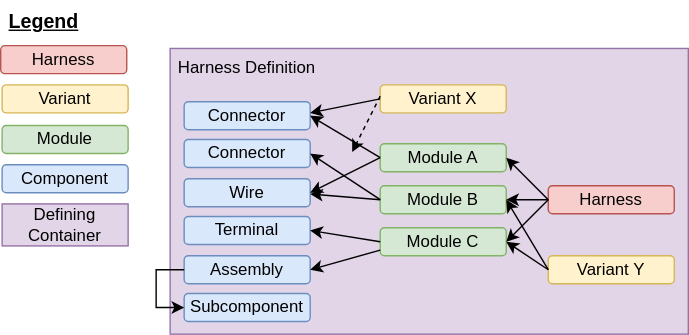
This is wiki/content/specifications/vec/guidelines/product-definition/composite-parts/harness-concept.svg from prostep-ivip-e-V/vec, a draw.io export, as it was before one commit. Source tidied: cells renumbered, new cells last; positions are measured from the earlier drawing's top-left corner, leaving out a move shared by most shapes.
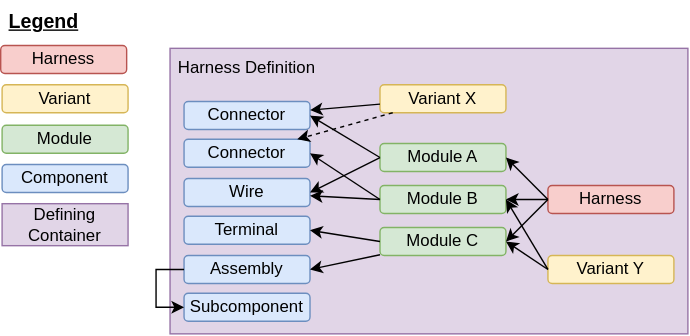
After the commit.

The edit, as a diff of the source:
```diff
@@ -50,10 +50,8 @@
     <mxCell id="17" style="endArrow=classic;html=1;rounded=0;fontSize=12;exitX=0;exitY=0.5;exitDx=0;exitDy=0;entryX=1;entryY=0.5;entryDx=0;entryDy=0;" parent="1" edge="1" source="14" target="10">
       <mxGeometry relative="1" as="geometry" />
     </mxCell>
-    <mxCell id="18" style="endArrow=classic;html=1;rounded=0;fontSize=12;exitX=0;exitY=0.5;exitDx=0;exitDy=0;" parent="1" edge="1" source="15">
-      <mxGeometry relative="1" as="geometry">
-        <mxPoint x="221" y="138" as="targetPoint" />
-      </mxGeometry>
+    <mxCell id="18" style="endArrow=classic;html=1;rounded=0;fontSize=12;exitX=0;exitY=0.5;exitDx=0;exitDy=0;" parent="1" edge="1" source="15" target="10">
+      <mxGeometry relative="1" as="geometry" />
     </mxCell>
     <mxCell id="19" style="endArrow=classic;html=1;rounded=0;fontSize=12;exitX=0;exitY=0.5;exitDx=0;exitDy=0;entryX=1;entryY=0.5;entryDx=0;entryDy=0;" parent="1" edge="1" source="14" target="8">
       <mxGeometry relative="1" as="geometry" />
@@ -64,10 +62,8 @@
     <mxCell id="21" style="endArrow=classic;html=1;rounded=0;fontSize=12;exitX=0;exitY=0.5;exitDx=0;exitDy=0;entryX=1;entryY=0.5;entryDx=0;entryDy=0;" parent="1" edge="1" source="16" target="11">
       <mxGeometry relative="1" as="geometry" />
     </mxCell>
-    <mxCell id="22" style="endArrow=classic;html=1;rounded=0;fontSize=12;entryX=1;entryY=0.5;entryDx=0;entryDy=0;" parent="1" edge="1" target="12">
-      <mxGeometry relative="1" as="geometry">
-        <mxPoint x="271" y="178" as="sourcePoint" />
-      </mxGeometry>
+    <mxCell id="22" style="endArrow=classic;html=1;rounded=0;fontSize=12;entryX=1;entryY=0.5;entryDx=0;entryDy=0;" parent="1" edge="1" source="16" target="12">
+      <mxGeometry relative="1" as="geometry" />
     </mxCell>
     <mxCell id="23" style="endArrow=classic;html=1;rounded=0;fontSize=12;entryX=0;entryY=0.5;entryDx=0;entryDy=0;edgeStyle=orthogonalEdgeStyle;exitX=0;exitY=0.5;exitDx=0;exitDy=0;" parent="1" edge="1" source="12" target="13">
       <mxGeometry relative="1" as="geometry">
@@ -95,17 +91,11 @@
     <mxCell id="29" value="Variant X" style="rounded=1;whiteSpace=wrap;html=1;fillColor=#fff2cc;strokeColor=#d6b656;" parent="1" vertex="1">
       <mxGeometry x="271" y="60" width="90" height="20" as="geometry" />
     </mxCell>
-    <mxCell id="30" style="endArrow=classic;html=1;rounded=0;" parent="1" edge="1">
-      <mxGeometry relative="1" as="geometry">
-        <mxPoint x="271" y="70" as="sourcePoint" />
-        <mxPoint x="221" y="80" as="targetPoint" />
-      </mxGeometry>
+    <mxCell id="30" style="endArrow=classic;html=1;rounded=0;" parent="1" edge="1" source="29" target="8">
+      <mxGeometry relative="1" as="geometry" />
     </mxCell>
-    <mxCell id="31" style="endArrow=classic;html=1;rounded=0;dashed=1;" parent="1" edge="1">
-      <mxGeometry relative="1" as="geometry">
-        <mxPoint x="271" y="68" as="sourcePoint" />
-        <mxPoint x="251" y="108" as="targetPoint" />
-      </mxGeometry>
+    <mxCell id="31" style="endArrow=classic;html=1;rounded=0;dashed=1;" parent="1" edge="1" source="29" target="9">
+      <mxGeometry relative="1" as="geometry" />
     </mxCell>
     <mxCell id="32" value="Variant Y" style="rounded=1;whiteSpace=wrap;html=1;fillColor=#fff2cc;strokeColor=#d6b656;" parent="1" vertex="1">
       <mxGeometry x="391" y="182" width="90" height="20" as="geometry" />
```
